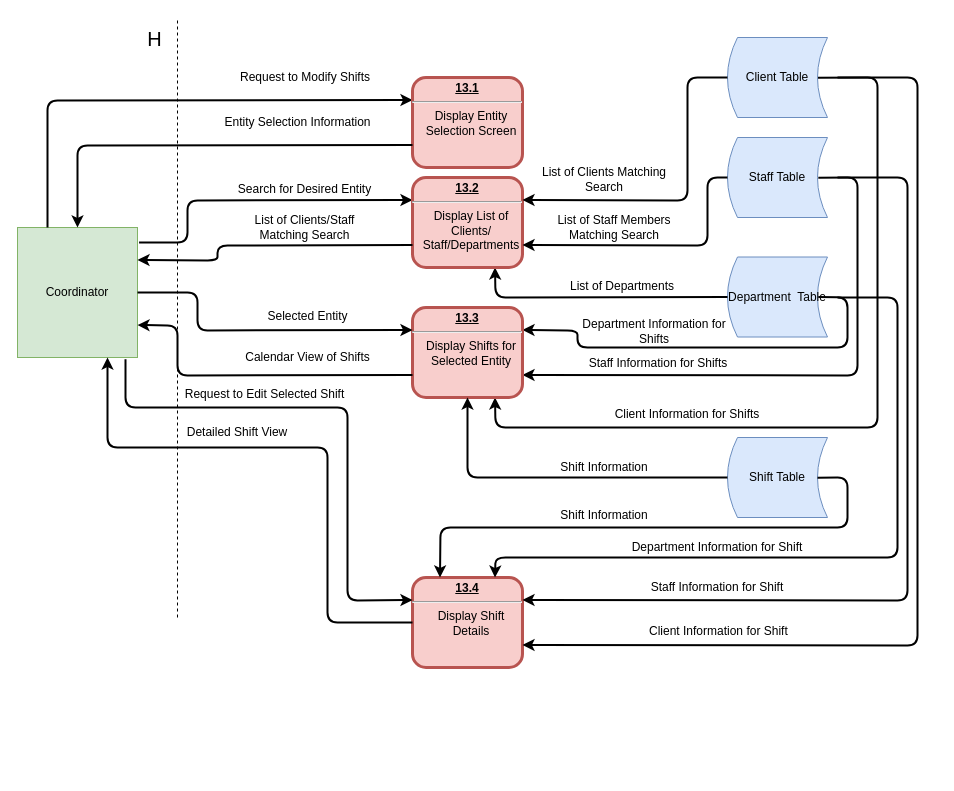
Before: page "13: Modify Shifts" (14 of 20) of Diagrams/DFD/Level 1 DFDs.drawio in Harlento/SchedulingSystem, a draw.io diagram. Source tidied: cells renumbered, new cells numbered last; positions are measured from the earlier drawing's top-left corner, leaving out a move shared by most shapes. Both pictures are drawn from the tidied source at 100%, with x=0, y=0 at pixel (17, 17).
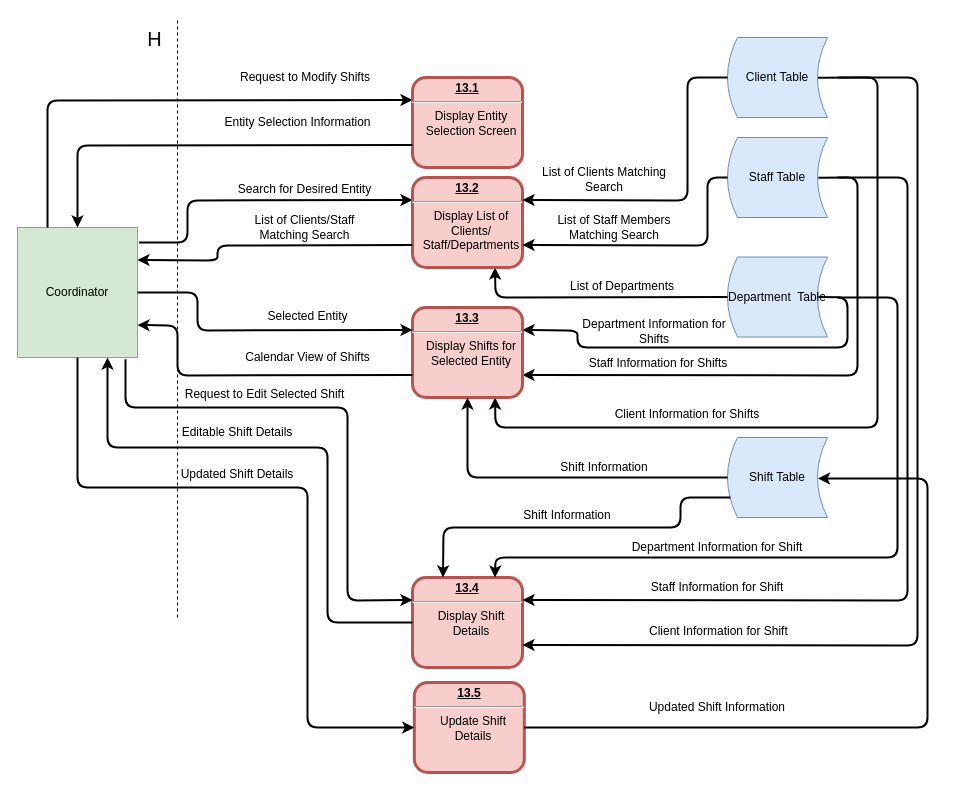
After the change.

Unchanged cells that the change refers to:
```xml
<mxCell id="2" value="Coordinator" style="rounded=0;whiteSpace=wrap;html=1;fillColor=#d5e8d4;strokeColor=#82b366;" parent="1" vertex="1">
  <mxGeometry y="210" width="120" height="130" as="geometry" />
</mxCell>
<mxCell id="5" value="&lt;p style=&quot;margin: 0px ; margin-top: 4px ; text-align: center ; text-decoration: underline&quot;&gt;13.4&lt;/p&gt;&lt;hr&gt;&lt;p style=&quot;margin: 0px 0px 0px 8px&quot;&gt;&lt;span style=&quot;font-weight: 400 ; white-space: normal&quot;&gt;Display Shift Details&lt;/span&gt;&lt;/p&gt;" style="verticalAlign=middle;align=center;overflow=fill;fontSize=12;fontFamily=Helvetica;html=1;rounded=1;fontStyle=1;strokeWidth=3;fillColor=#f8cecc;strokeColor=#b85450;" parent="1" vertex="1">
  <mxGeometry x="395" y="560" width="110" height="90" as="geometry" />
</mxCell>
<mxCell id="39" value="Shift Table" style="shape=dataStorage;whiteSpace=wrap;html=1;fillColor=#dae8fc;strokeColor=#6c8ebf;" parent="1" vertex="1">
  <mxGeometry x="710" y="420" width="100" height="80" as="geometry" />
</mxCell>
```

Change to the diagram source:
```diff
@@
-    <mxCell id="13" value="Detailed Shift View" style="text;html=1;strokeColor=none;fillColor=none;align=center;verticalAlign=middle;whiteSpace=wrap;rounded=0;" parent="1" vertex="1">
+    <mxCell id="13" value="Editable Shift Details" style="text;html=1;strokeColor=none;fillColor=none;align=center;verticalAlign=middle;whiteSpace=wrap;rounded=0;" parent="1" vertex="1">
       <mxGeometry x="120" y="400" width="200" height="30" as="geometry" />
     </mxCell>
@@
-    <mxCell id="42" style="endArrow=classic;html=1;strokeWidth=2;entryX=0.25;entryY=0;entryDx=0;entryDy=0;exitX=0.9;exitY=0.503;exitDx=0;exitDy=0;exitPerimeter=0;" parent="1" edge="1" source="39" target="5">
+    <mxCell id="42" style="endArrow=classic;html=1;strokeWidth=2;entryX=0.25;entryY=0;entryDx=0;entryDy=0;exitX=0;exitY=0.75;exitDx=0;exitDy=0;" parent="1" edge="1">
       <mxGeometry relative="1" as="geometry">
+        <mxPoint x="713" y="480" as="sourcePoint" />
+        <mxPoint x="425.5" y="560" as="targetPoint" />
         <Array as="points">
-          <mxPoint x="830" y="460" />
-          <mxPoint x="830" y="510" />
-          <mxPoint x="423" y="510" />
+          <mxPoint x="663" y="480" />
+          <mxPoint x="663" y="510" />
+          <mxPoint x="426" y="510" />
         </Array>
       </mxGeometry>
     </mxCell>
@@
     <mxCell id="47" value="Shift Information" style="text;html=1;strokeColor=none;fillColor=none;align=center;verticalAlign=middle;whiteSpace=wrap;rounded=0;" parent="1" vertex="1">
-      <mxGeometry x="506.8" y="488" width="160" height="20" as="geometry" />
+      <mxGeometry x="470" y="488" width="160" height="20" as="geometry" />
     </mxCell>
@@
+    <mxCell id="51" value="&lt;p style=&quot;margin: 0px ; margin-top: 4px ; text-align: center ; text-decoration: underline&quot;&gt;13.5&lt;/p&gt;&lt;hr&gt;&lt;p style=&quot;margin: 0px 0px 0px 8px&quot;&gt;&lt;span style=&quot;font-weight: 400 ; white-space: normal&quot;&gt;Update Shift Details&lt;/span&gt;&lt;/p&gt;" style="verticalAlign=middle;align=center;overflow=fill;fontSize=12;fontFamily=Helvetica;html=1;rounded=1;fontStyle=1;strokeWidth=3;fillColor=#f8cecc;strokeColor=#b85450;" parent="1" vertex="1">
+      <mxGeometry x="396.8" y="665" width="110" height="90" as="geometry" />
+    </mxCell>
+    <mxCell id="52" style="endArrow=classic;html=1;strokeWidth=2;entryX=0.905;entryY=0.511;entryDx=0;entryDy=0;entryPerimeter=0;exitX=1;exitY=0.5;exitDx=0;exitDy=0;" parent="1" edge="1" source="51" target="39">
+      <mxGeometry relative="1" as="geometry">
+        <Array as="points">
+          <mxPoint x="910" y="710" />
+          <mxPoint x="910" y="461" />
+        </Array>
+      </mxGeometry>
+    </mxCell>
+    <mxCell id="53" value="Updated Shift Information" style="text;html=1;strokeColor=none;fillColor=none;align=center;verticalAlign=middle;whiteSpace=wrap;rounded=0;" parent="1" vertex="1">
+      <mxGeometry x="620" y="680" width="160" height="20" as="geometry" />
+    </mxCell>
+    <mxCell id="54" style="endArrow=classic;html=1;strokeWidth=2;entryX=0;entryY=0.5;entryDx=0;entryDy=0;exitX=0.5;exitY=1;exitDx=0;exitDy=0;" parent="1" edge="1" source="2" target="51">
+      <mxGeometry relative="1" as="geometry">
+        <Array as="points">
+          <mxPoint x="60" y="470" />
+          <mxPoint x="290" y="470" />
+          <mxPoint x="290" y="710" />
+        </Array>
+      </mxGeometry>
+    </mxCell>
+    <mxCell id="55" value="Updated Shift Details" style="text;html=1;strokeColor=none;fillColor=none;align=center;verticalAlign=middle;whiteSpace=wrap;rounded=0;" parent="1" vertex="1">
+      <mxGeometry x="120" y="442" width="200" height="30" as="geometry" />
+    </mxCell>
```
